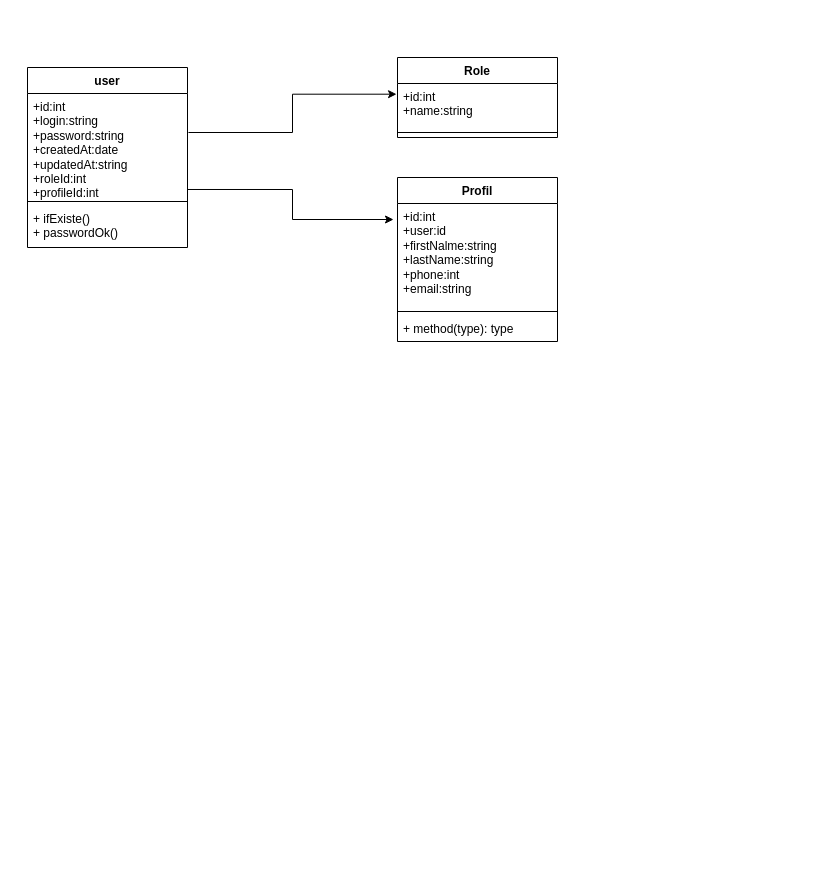
The draw.io diagram Diagramme sans nom.drawio in houckontape/tuxProject, before the edit. Source tidied: cells renumbered, new cells numbered last; positions are measured from the earlier drawing's top-left corner, leaving out a move shared by most shapes. Both pictures are drawn from the tidied source at 100%, with x=0, y=0 at pixel (27, 57).
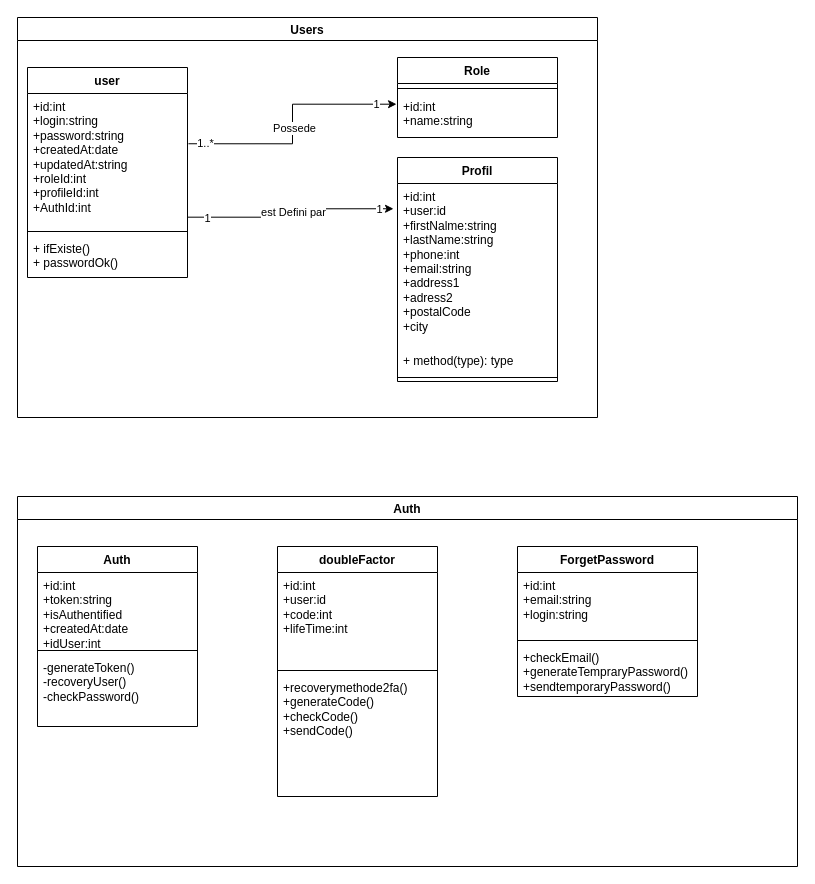
The same page after the edit.

Commit message:
Mettre à jour Diagramme sans nom.drawio

The change refers to these unchanged cells:
```xml
<mxCell id="6" value="Role" style="swimlane;fontStyle=1;align=center;verticalAlign=top;horizontal=1;startSize=26;whiteSpace=wrap;html=1;" parent="1" vertex="1">
  <mxGeometry x="370" width="160" height="80" as="geometry" />
</mxCell>
<mxCell id="9" style="edgeStyle=orthogonalEdgeStyle;rounded=0;jettySize=auto;html=1;entryX=-0.006;entryY=0.243;entryDx=0;entryDy=0;entryPerimeter=0;exitX=1.006;exitY=0.375;exitDx=0;exitDy=0;exitPerimeter=0;" parent="1" edge="1" source="3" target="7">
  <mxGeometry relative="1" as="geometry" />
</mxCell>
<mxCell id="14" style="edgeStyle=orthogonalEdgeStyle;rounded=0;jettySize=auto;html=1;exitX=1;exitY=0.923;exitDx=0;exitDy=0;entryX=-0.025;entryY=0.154;entryDx=0;entryDy=0;entryPerimeter=0;exitPerimeter=0;" parent="1" edge="1" source="3" target="11">
  <mxGeometry relative="1" as="geometry" />
</mxCell>
```

Diff of the diagram source:
```diff
@@
     <mxCell id="2" value="user" style="swimlane;fontStyle=1;align=center;verticalAlign=top;horizontal=1;startSize=26;whiteSpace=wrap;html=1;" parent="1" vertex="1">
-      <mxGeometry y="10" width="160" height="180" as="geometry" />
+      <mxGeometry y="10" width="160" height="210" as="geometry" />
     </mxCell>
-    <mxCell id="3" value="&lt;div&gt;+id:int&lt;/div&gt;&lt;div&gt;+login:string&lt;/div&gt;&lt;div&gt;+password:string&lt;/div&gt;&lt;div&gt;+createdAt:date&lt;/div&gt;&lt;div&gt;+updatedAt:string&lt;br&gt;&lt;/div&gt;&lt;div&gt;+roleId:int&lt;/div&gt;&lt;div&gt;+profileId:int&lt;br&gt;&lt;/div&gt;" style="text;strokeColor=none;fillColor=none;align=left;verticalAlign=top;spacingLeft=4;spacingRight=4;overflow=hidden;points=[[0,0.5],[1,0.5]];portConstraint=eastwest;whiteSpace=wrap;html=1;" parent="2" vertex="1">
-      <mxGeometry y="26" width="160" height="104" as="geometry" />
+    <mxCell id="3" value="&lt;div&gt;+id:int&lt;/div&gt;&lt;div&gt;+login:string&lt;/div&gt;&lt;div&gt;+password:string&lt;/div&gt;&lt;div&gt;+createdAt:date&lt;/div&gt;&lt;div&gt;+updatedAt:string&lt;br&gt;&lt;/div&gt;&lt;div&gt;+roleId:int&lt;/div&gt;&lt;div&gt;+profileId:int&lt;br&gt;&lt;/div&gt;&lt;div&gt;+AuthId:int&lt;br&gt;&lt;/div&gt;&lt;div&gt;&lt;br&gt;&lt;/div&gt;" style="text;strokeColor=none;fillColor=none;align=left;verticalAlign=top;spacingLeft=4;spacingRight=4;overflow=hidden;points=[[0,0.5],[1,0.5]];portConstraint=eastwest;whiteSpace=wrap;html=1;" parent="2" vertex="1">
+      <mxGeometry y="26" width="160" height="134" as="geometry" />
     </mxCell>
     <mxCell id="4" style="line;strokeWidth=1;fillColor=none;align=left;verticalAlign=middle;spacingTop=-1;spacingLeft=3;spacingRight=3;labelPosition=right;strokeColor=inherit;" parent="2" vertex="1">
-      <mxGeometry y="130" width="160" height="8" as="geometry" />
+      <mxGeometry y="160" width="160" height="8" as="geometry" />
     </mxCell>
     <mxCell id="5" value="&lt;div&gt;+ ifExiste()&lt;/div&gt;&lt;div&gt;+ passwordOk()&lt;/div&gt;&lt;div&gt;&lt;br&gt;&lt;/div&gt;" style="text;strokeColor=none;fillColor=none;align=left;verticalAlign=top;spacingLeft=4;spacingRight=4;overflow=hidden;whiteSpace=wrap;html=1;" parent="2" vertex="1">
-      <mxGeometry y="138" width="160" height="42" as="geometry" />
+      <mxGeometry y="168" width="160" height="42" as="geometry" />
     </mxCell>
@@
+    <mxCell id="8" style="line;strokeWidth=1;fillColor=none;align=left;verticalAlign=middle;spacingTop=-1;spacingLeft=3;spacingRight=3;labelPosition=right;strokeColor=inherit;" parent="6" vertex="1">
+      <mxGeometry y="26" width="160" height="10" as="geometry" />
+    </mxCell>
     <mxCell id="7" value="&lt;div&gt;+id:int&lt;/div&gt;&lt;div&gt;+name:string&lt;/div&gt;" style="text;strokeColor=none;fillColor=none;align=left;verticalAlign=top;spacingLeft=4;spacingRight=4;overflow=hidden;points=[[0,0.5],[1,0.5]];portConstraint=eastwest;whiteSpace=wrap;html=1;" parent="6" vertex="1">
-      <mxGeometry y="26" width="160" height="44" as="geometry" />
+      <mxGeometry y="36" width="160" height="44" as="geometry" />
     </mxCell>
-    <mxCell id="8" style="line;strokeWidth=1;fillColor=none;align=left;verticalAlign=middle;spacingTop=-1;spacingLeft=3;spacingRight=3;labelPosition=right;strokeColor=inherit;" parent="6" vertex="1">
-      <mxGeometry y="70" width="160" height="10" as="geometry" />
-    </mxCell>
@@
+    <mxCell id="15" value="1..*" style="edgeLabel;html=1;align=center;verticalAlign=middle;" parent="9" vertex="1">
+      <mxGeometry x="-0.86" y="1" relative="1" as="geometry" />
+    </mxCell>
+    <mxCell id="16" value="1" style="edgeLabel;html=1;align=center;verticalAlign=middle;" parent="9" vertex="1">
+      <mxGeometry x="0.83" relative="1" as="geometry" />
+    </mxCell>
+    <mxCell id="17" value="Possede " style="edgeLabel;html=1;align=center;verticalAlign=middle;" parent="9" vertex="1">
+      <mxGeometry x="-0.03" y="-1" relative="1" as="geometry" />
+    </mxCell>
     <mxCell id="10" value="Profil" style="swimlane;fontStyle=1;align=center;verticalAlign=top;horizontal=1;startSize=26;whiteSpace=wrap;html=1;" parent="1" vertex="1">
-      <mxGeometry x="370" y="120" width="160" height="164" as="geometry" />
+      <mxGeometry x="370" y="100" width="160" height="224" as="geometry" />
     </mxCell>
-    <mxCell id="11" value="&lt;div&gt;+id:int&lt;/div&gt;&lt;div&gt;+user:id&lt;br&gt;&lt;/div&gt;&lt;div&gt;+firstNalme:string&lt;/div&gt;&lt;div&gt;+lastName:string&lt;/div&gt;&lt;div&gt;+phone:int&lt;/div&gt;&lt;div&gt;+email:string&lt;/div&gt;&lt;div&gt;&lt;br&gt;&lt;/div&gt;" style="text;strokeColor=none;fillColor=none;align=left;verticalAlign=top;spacingLeft=4;spacingRight=4;overflow=hidden;points=[[0,0.5],[1,0.5]];portConstraint=eastwest;whiteSpace=wrap;html=1;" parent="10" vertex="1">
-      <mxGeometry y="26" width="160" height="104" as="geometry" />
+    <mxCell id="11" value="&lt;div&gt;+id:int&lt;/div&gt;&lt;div&gt;+user:id&lt;br&gt;&lt;/div&gt;&lt;div&gt;+firstNalme:string&lt;/div&gt;&lt;div&gt;+lastName:string&lt;/div&gt;&lt;div&gt;+phone:int&lt;/div&gt;&lt;div&gt;+email:string&lt;/div&gt;&lt;div&gt;+address1&lt;/div&gt;&lt;div&gt;+adress2&lt;/div&gt;&lt;div&gt;+postalCode&lt;/div&gt;&lt;div&gt;+city&lt;br&gt;&lt;/div&gt;" style="text;strokeColor=none;fillColor=none;align=left;verticalAlign=top;spacingLeft=4;spacingRight=4;overflow=hidden;points=[[0,0.5],[1,0.5]];portConstraint=eastwest;whiteSpace=wrap;html=1;" parent="10" vertex="1">
+      <mxGeometry y="26" width="160" height="164" as="geometry" />
     </mxCell>
+    <mxCell id="13" value="+ method(type): type" style="text;strokeColor=none;fillColor=none;align=left;verticalAlign=top;spacingLeft=4;spacingRight=4;overflow=hidden;whiteSpace=wrap;html=1;" parent="10" vertex="1">
+      <mxGeometry y="190" width="160" height="26" as="geometry" />
+    </mxCell>
     <mxCell id="12" style="line;strokeWidth=1;fillColor=none;align=left;verticalAlign=middle;spacingTop=-1;spacingLeft=3;spacingRight=3;labelPosition=right;strokeColor=inherit;" parent="10" vertex="1">
-      <mxGeometry y="130" width="160" height="8" as="geometry" />
+      <mxGeometry y="216" width="160" height="8" as="geometry" />
     </mxCell>
-    <mxCell id="13" value="+ method(type): type" style="text;strokeColor=none;fillColor=none;align=left;verticalAlign=top;spacingLeft=4;spacingRight=4;overflow=hidden;whiteSpace=wrap;html=1;" parent="10" vertex="1">
-      <mxGeometry y="138" width="160" height="26" as="geometry" />
-    </mxCell>
@@
+    <mxCell id="18" value="1" style="edgeLabel;html=1;align=center;verticalAlign=middle;" parent="14" vertex="1">
+      <mxGeometry x="-0.81" y="-1" relative="1" as="geometry" />
+    </mxCell>
+    <mxCell id="19" value="est Defini par" style="edgeLabel;html=1;align=center;verticalAlign=middle;" parent="14" vertex="1">
+      <mxGeometry x="0.03" relative="1" as="geometry" />
+    </mxCell>
+    <mxCell id="20" value="1" style="edgeLabel;html=1;align=center;verticalAlign=middle;" parent="14" vertex="1">
+      <mxGeometry x="0.87" relative="1" as="geometry" />
+    </mxCell>
+    <mxCell id="21" value="Users" style="swimlane;" parent="1" vertex="1">
+      <mxGeometry x="-10" y="-40" width="580" height="400" as="geometry" />
+    </mxCell>
+    <mxCell id="22" value="Auth" style="swimlane;" parent="1" vertex="1">
+      <mxGeometry x="-10" y="439" width="780" height="370" as="geometry" />
+    </mxCell>
+    <mxCell id="23" value="Auth" style="swimlane;fontStyle=1;align=center;verticalAlign=top;horizontal=1;startSize=26;whiteSpace=wrap;html=1;" parent="22" vertex="1">
+      <mxGeometry x="20" y="50" width="160" height="180" as="geometry" />
+    </mxCell>
+    <mxCell id="24" value="&lt;div&gt;+id:int&lt;/div&gt;&lt;div&gt;+token:string&lt;/div&gt;&lt;div&gt;+isAuthentified&lt;br&gt;&lt;/div&gt;&lt;div&gt;+createdAt:date&lt;/div&gt;&lt;div&gt;+idUser:int&lt;br&gt;&lt;/div&gt;&lt;div&gt;&lt;br&gt;&lt;/div&gt;" style="text;strokeColor=none;fillColor=none;align=left;verticalAlign=top;spacingLeft=4;spacingRight=4;overflow=hidden;whiteSpace=wrap;html=1;" parent="23" vertex="1">
+      <mxGeometry y="26" width="160" height="74" as="geometry" />
+    </mxCell>
+    <mxCell id="25" style="line;strokeWidth=1;fillColor=none;align=left;verticalAlign=middle;spacingTop=-1;spacingLeft=3;spacingRight=3;labelPosition=right;strokeColor=inherit;" parent="23" vertex="1">
+      <mxGeometry y="100" width="160" height="8" as="geometry" />
+    </mxCell>
+    <mxCell id="26" value="&lt;div&gt;-generateToken()&lt;/div&gt;&lt;div&gt;-recoveryUser()&lt;/div&gt;&lt;div&gt;-checkPassword()&lt;br&gt;&lt;/div&gt;" style="text;strokeColor=none;fillColor=none;align=left;verticalAlign=top;spacingLeft=4;spacingRight=4;overflow=hidden;whiteSpace=wrap;html=1;" parent="23" vertex="1">
+      <mxGeometry y="108" width="160" height="72" as="geometry" />
+    </mxCell>
+    <mxCell id="27" value="doubleFactor" style="swimlane;fontStyle=1;align=center;verticalAlign=top;horizontal=1;startSize=26;whiteSpace=wrap;html=1;" parent="22" vertex="1">
+      <mxGeometry x="260" y="50" width="160" height="250" as="geometry" />
+    </mxCell>
+    <mxCell id="28" value="&lt;div&gt;+id:int&lt;/div&gt;&lt;div&gt;+user:id&lt;/div&gt;&lt;div&gt;+code:int&lt;/div&gt;&lt;div&gt;+lifeTime:int&lt;br&gt;&lt;/div&gt;" style="text;strokeColor=none;fillColor=none;align=left;verticalAlign=top;spacingLeft=4;spacingRight=4;overflow=hidden;whiteSpace=wrap;html=1;" parent="27" vertex="1">
+      <mxGeometry y="26" width="160" height="94" as="geometry" />
+    </mxCell>
+    <mxCell id="29" style="line;strokeWidth=1;fillColor=none;align=left;verticalAlign=middle;spacingTop=-1;spacingLeft=3;spacingRight=3;labelPosition=right;strokeColor=inherit;" parent="27" vertex="1">
+      <mxGeometry y="120" width="160" height="8" as="geometry" />
+    </mxCell>
+    <mxCell id="30" value="&lt;div&gt;+recoverymethode2fa()&lt;/div&gt;&lt;div&gt;+generateCode()&lt;/div&gt;&lt;div&gt;+checkCode()&lt;/div&gt;&lt;div&gt;+sendCode()&lt;br&gt;&lt;/div&gt;" style="text;strokeColor=none;fillColor=none;align=left;verticalAlign=top;spacingLeft=4;spacingRight=4;overflow=hidden;whiteSpace=wrap;html=1;" parent="27" vertex="1">
+      <mxGeometry y="128" width="160" height="122" as="geometry" />
+    </mxCell>
+    <mxCell id="31" value="ForgetPassword" style="swimlane;fontStyle=1;align=center;verticalAlign=top;horizontal=1;startSize=26;whiteSpace=wrap;html=1;" parent="22" vertex="1">
+      <mxGeometry x="500" y="50" width="180" height="150" as="geometry" />
+    </mxCell>
+    <mxCell id="32" value="&lt;div&gt;+id:int&lt;/div&gt;&lt;div&gt;+email:string&lt;/div&gt;&lt;div&gt;+login:string&lt;br&gt;&lt;/div&gt;" style="text;strokeColor=none;fillColor=none;align=left;verticalAlign=top;spacingLeft=4;spacingRight=4;overflow=hidden;whiteSpace=wrap;html=1;" parent="31" vertex="1">
+      <mxGeometry y="26" width="180" height="64" as="geometry" />
+    </mxCell>
+    <mxCell id="33" style="line;strokeWidth=1;fillColor=none;align=left;verticalAlign=middle;spacingTop=-1;spacingLeft=3;spacingRight=3;labelPosition=right;strokeColor=inherit;" parent="31" vertex="1">
+      <mxGeometry y="90" width="180" height="8" as="geometry" />
+    </mxCell>
+    <mxCell id="34" value="&lt;div&gt;+checkEmail()&lt;/div&gt;&lt;div&gt;+generateTempraryPassword()&lt;br&gt;&lt;/div&gt;+sendtemporaryPassword()" style="text;strokeColor=none;fillColor=none;align=left;verticalAlign=top;spacingLeft=4;spacingRight=4;overflow=hidden;whiteSpace=wrap;html=1;" parent="31" vertex="1">
+      <mxGeometry y="98" width="180" height="52" as="geometry" />
+    </mxCell>
```
